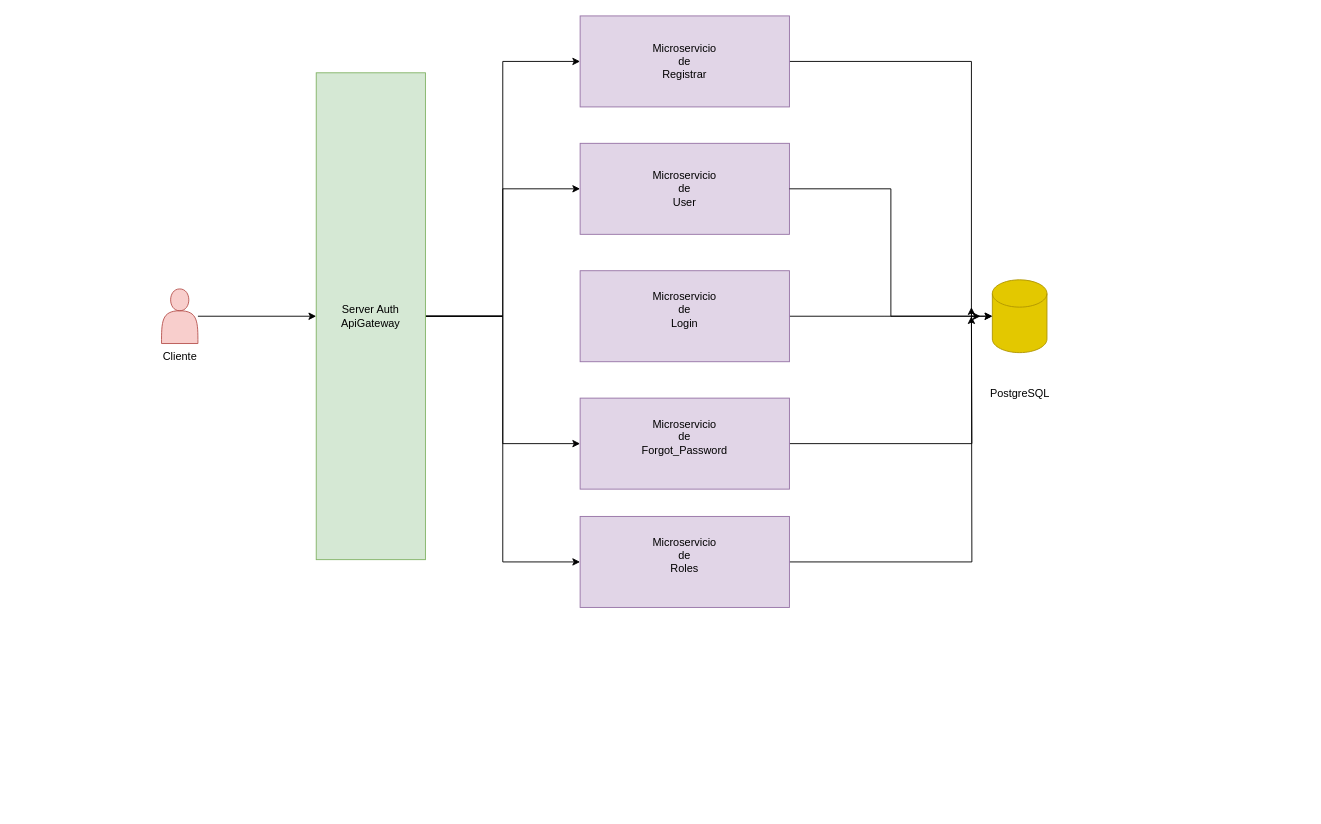
Before: Diagrama sin título.drawio in Bymatt10/backend-everything-now-pro, a draw.io diagram. Source tidied: cells renumbered, new cells numbered last; positions are measured from the earlier drawing's top-left corner, leaving out a move shared by most shapes. Both pictures are drawn from the tidied source at 91%, with x=0, y=0 at pixel (152, 15).
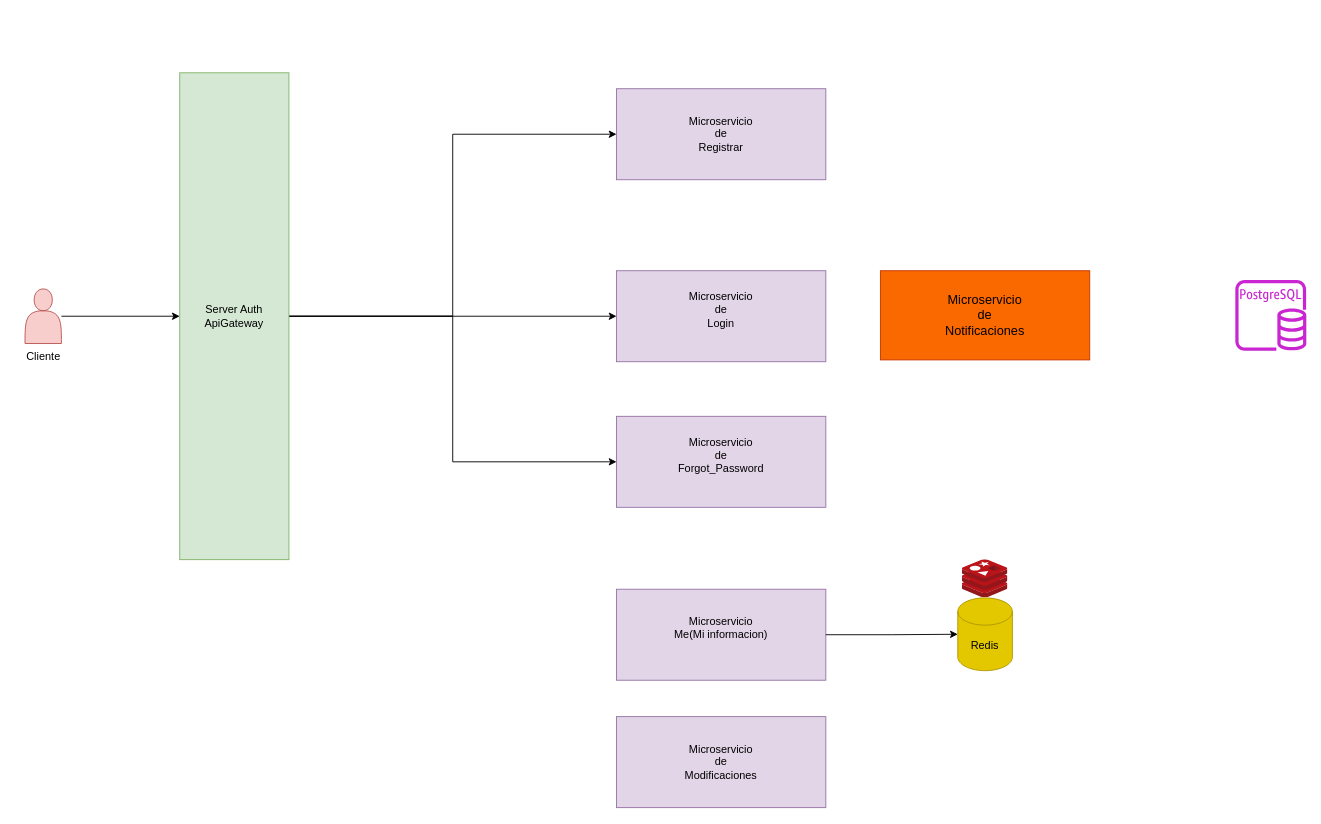
The same page after the edit.

Commit message:
Microservicio  de User .drawio

The edit, as a diff of the source:
```diff
@@
     <mxCell id="3" style="shape=actor;whiteSpace=wrap;html=1;fillColor=#f8cecc;strokeColor=#b85450;" parent="1" vertex="1">
-      <mxGeometry x="10" y="300" width="40" height="60" as="geometry" />
+      <mxGeometry x="-140" y="300" width="40" height="60" as="geometry" />
     </mxCell>
-    <mxCell id="4" style="edgeStyle=orthogonalEdgeStyle;rounded=0;jettySize=auto;html=1;" parent="1" edge="1" source="8" target="10">
-      <mxGeometry relative="1" as="geometry" />
-    </mxCell>
@@
-    <mxCell id="6" style="edgeStyle=orthogonalEdgeStyle;rounded=0;jettySize=auto;html=1;entryX=0;entryY=0.5;entryDx=0;entryDy=0;" parent="1" edge="1" source="8" target="21">
-      <mxGeometry relative="1" as="geometry" />
-    </mxCell>
@@
+    <mxCell id="22" style="edgeStyle=orthogonalEdgeStyle;rounded=0;jettySize=auto;html=1;entryX=0;entryY=0.5;entryDx=0;entryDy=0;" parent="1" edge="1" source="8" target="17">
+      <mxGeometry relative="1" as="geometry" />
+    </mxCell>
     <mxCell id="8" value="Server Auth&lt;div&gt;ApiGateway&lt;/div&gt;" style="rounded=0;whiteSpace=wrap;html=1;fillColor=#d5e8d4;strokeColor=#82b366;" parent="1" vertex="1">
-      <mxGeometry x="180" y="62.5" width="120" height="535" as="geometry" />
+      <mxGeometry x="30" y="62.5" width="120" height="535" as="geometry" />
     </mxCell>
     <mxCell id="9" value="Cliente" style="text;html=1;align=center;verticalAlign=middle;strokeColor=none;fillColor=none;" parent="1" vertex="1">
-      <mxGeometry y="360" width="60" height="30" as="geometry" />
+      <mxGeometry x="-150" y="360" width="60" height="30" as="geometry" />
     </mxCell>
-    <mxCell id="10" value="Microservicio&lt;div&gt;de&lt;/div&gt;&lt;div&gt;User&lt;/div&gt;" style="rounded=0;whiteSpace=wrap;html=1;fillColor=#e1d5e7;strokeColor=#9673a6;" parent="1" vertex="1">
-      <mxGeometry x="470" y="140" width="230" height="100" as="geometry" />
-    </mxCell>
-    <mxCell id="11" style="shape=cylinder3;whiteSpace=wrap;html=1;boundedLbl=1;backgroundOutline=1;size=15;fillColor=#e3c800;fontColor=#000000;strokeColor=#B09500;" parent="1" vertex="1">
-      <mxGeometry x="923" y="290" width="60" height="80" as="geometry" />
-    </mxCell>
-    <mxCell id="12" value="PostgreSQL" style="text;html=1;align=center;verticalAlign=middle;strokeColor=none;fillColor=none;" parent="1" vertex="1">
-      <mxGeometry x="908" y="400" width="90" height="30" as="geometry" />
-    </mxCell>
-    <mxCell id="13" style="edgeStyle=orthogonalEdgeStyle;rounded=0;jettySize=auto;html=1;entryX=0;entryY=0.5;entryDx=0;entryDy=0;entryPerimeter=0;" parent="1" edge="1" source="10" target="11">
-      <mxGeometry relative="1" as="geometry" />
-    </mxCell>
-    <mxCell id="14" style="edgeStyle=orthogonalEdgeStyle;rounded=0;jettySize=auto;html=1;entryX=0;entryY=0.5;entryDx=0;entryDy=0;entryPerimeter=0;" parent="1" edge="1" source="15" target="11">
-      <mxGeometry relative="1" as="geometry">
-        <Array as="points">
-          <mxPoint x="900" y="50" />
-          <mxPoint x="900" y="330" />
-        </Array>
-      </mxGeometry>
-    </mxCell>
     <mxCell id="15" value="Microservicio&lt;div&gt;de&lt;/div&gt;&lt;div&gt;Registrar&lt;/div&gt;" style="rounded=0;whiteSpace=wrap;html=1;fillColor=#e1d5e7;strokeColor=#9673a6;" parent="1" vertex="1">
-      <mxGeometry x="470" width="230" height="100" as="geometry" />
+      <mxGeometry x="510" y="80" width="230" height="100" as="geometry" />
     </mxCell>
-    <mxCell id="16" style="edgeStyle=orthogonalEdgeStyle;rounded=0;jettySize=auto;html=1;" parent="1" edge="1" source="17">
-      <mxGeometry relative="1" as="geometry">
-        <mxPoint x="910" y="330" as="targetPoint" />
-      </mxGeometry>
-    </mxCell>
     <mxCell id="17" value="Microservicio&lt;div&gt;de&lt;/div&gt;&lt;div&gt;Login&lt;/div&gt;&lt;div&gt;&lt;br&gt;&lt;/div&gt;" style="rounded=0;whiteSpace=wrap;html=1;fillColor=#e1d5e7;strokeColor=#9673a6;" parent="1" vertex="1">
-      <mxGeometry x="470" y="280" width="230" height="100" as="geometry" />
+      <mxGeometry x="510" y="280" width="230" height="100" as="geometry" />
     </mxCell>
-    <mxCell id="18" style="edgeStyle=orthogonalEdgeStyle;rounded=0;jettySize=auto;html=1;" parent="1" edge="1" source="19">
-      <mxGeometry relative="1" as="geometry">
-        <mxPoint x="900" y="320" as="targetPoint" />
-      </mxGeometry>
-    </mxCell>
     <mxCell id="19" value="Microservicio&lt;div&gt;de&lt;/div&gt;&lt;div&gt;Forgot_Password&lt;/div&gt;&lt;div&gt;&lt;br&gt;&lt;/div&gt;" style="rounded=0;whiteSpace=wrap;html=1;fillColor=#e1d5e7;strokeColor=#9673a6;" parent="1" vertex="1">
-      <mxGeometry x="470" y="420" width="230" height="100" as="geometry" />
+      <mxGeometry x="510" y="440" width="230" height="100" as="geometry" />
     </mxCell>
-    <mxCell id="20" style="edgeStyle=orthogonalEdgeStyle;rounded=0;jettySize=auto;html=1;" parent="1" edge="1" source="21">
-      <mxGeometry relative="1" as="geometry">
-        <mxPoint x="900" y="330" as="targetPoint" />
-      </mxGeometry>
-    </mxCell>
-    <mxCell id="21" value="Microservicio&lt;div&gt;de&lt;/div&gt;&lt;div&gt;Roles&lt;/div&gt;&lt;div&gt;&lt;br&gt;&lt;/div&gt;" style="rounded=0;whiteSpace=wrap;html=1;fillColor=#e1d5e7;strokeColor=#9673a6;" parent="1" vertex="1">
-      <mxGeometry x="470" y="550" width="230" height="100" as="geometry" />
-    </mxCell>
+    <mxCell id="23" value="&lt;font style=&quot;font-size: 14px;&quot;&gt;Microservicio&lt;/font&gt;&lt;div style=&quot;font-size: 14px;&quot;&gt;&lt;font style=&quot;font-size: 14px;&quot;&gt;de&lt;/font&gt;&lt;/div&gt;&lt;div style=&quot;font-size: 14px;&quot;&gt;&lt;font style=&quot;font-size: 14px;&quot;&gt;Notificaciones&lt;/font&gt;&lt;/div&gt;" style="rounded=0;whiteSpace=wrap;html=1;fillColor=#fa6800;fontColor=#000000;strokeColor=#C73500;" parent="1" vertex="1">
+      <mxGeometry x="800" y="280" width="230" height="98" as="geometry" />
+    </mxCell>
+    <mxCell id="24" value="Microservicio&lt;div&gt;Me(Mi informacion)&lt;/div&gt;&lt;div&gt;&lt;br&gt;&lt;/div&gt;" style="rounded=0;whiteSpace=wrap;html=1;fillColor=#e1d5e7;strokeColor=#9673a6;" parent="1" vertex="1">
+      <mxGeometry x="510" y="630" width="230" height="100" as="geometry" />
+    </mxCell>
+    <mxCell id="25" style="image;sketch=0;html=1;align=center;fontSize=12;image=img/lib/mscae/Cache_Redis_Product.svg;" parent="1" vertex="1">
+      <mxGeometry x="890" y="597.5" width="50" height="42" as="geometry" />
+    </mxCell>
+    <mxCell id="26" value="Redis" style="shape=cylinder3;whiteSpace=wrap;html=1;boundedLbl=1;backgroundOutline=1;size=15;fillColor=#e3c800;fontColor=#000000;strokeColor=#B09500;" parent="1" vertex="1">
+      <mxGeometry x="885" y="639.5" width="60" height="80" as="geometry" />
+    </mxCell>
+    <mxCell id="27" style="edgeStyle=orthogonalEdgeStyle;rounded=0;jettySize=auto;html=1;entryX=0;entryY=0.5;entryDx=0;entryDy=0;entryPerimeter=0;" parent="1" edge="1" source="24" target="26">
+      <mxGeometry relative="1" as="geometry" />
+    </mxCell>
+    <mxCell id="28" style="sketch=0;fontColor=#232F3E;gradientColor=none;fillColor=#C925D1;strokeColor=none;dashed=0;verticalLabelPosition=bottom;verticalAlign=top;align=center;html=1;fontSize=12;fontStyle=0;shape=mxgraph.aws4.rds_postgresql_instance;" parent="1" vertex="1">
+      <mxGeometry x="1190" y="290" width="78" height="78" as="geometry" />
+    </mxCell>
+    <mxCell id="29" value="&lt;div&gt;Microservicio&lt;/div&gt;&lt;div&gt;de&lt;/div&gt;&lt;div&gt;Modificaciones&lt;/div&gt;" style="rounded=0;whiteSpace=wrap;html=1;fillColor=#e1d5e7;strokeColor=#9673a6;" parent="1" vertex="1">
+      <mxGeometry x="510" y="770" width="230" height="100" as="geometry" />
+    </mxCell>
```
